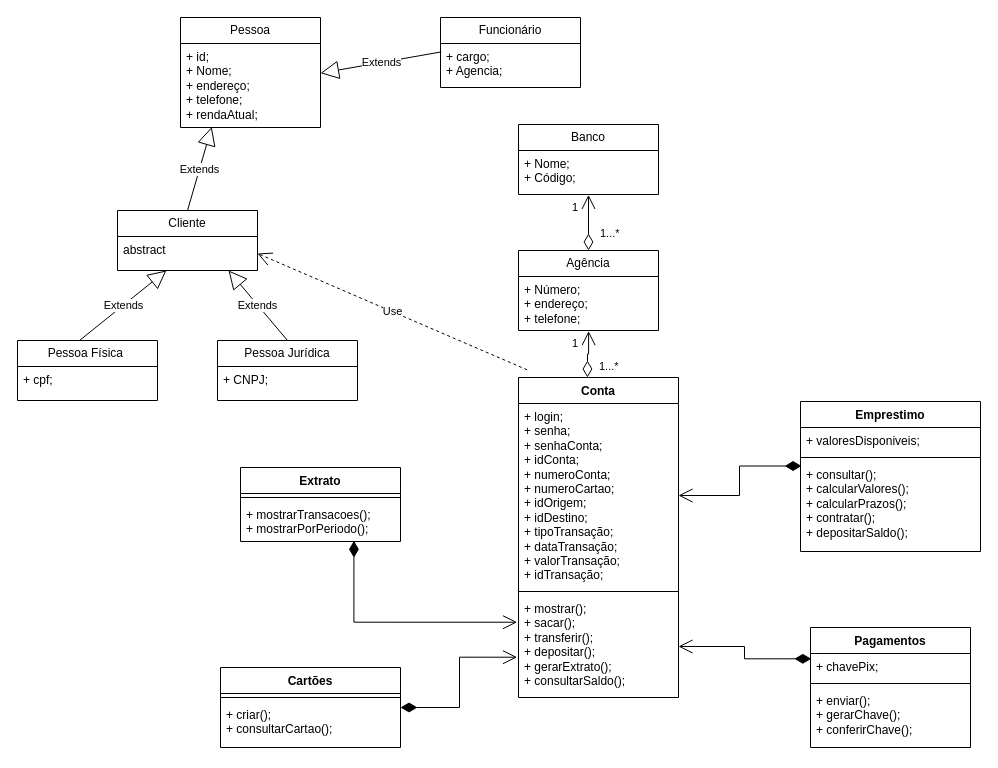
This is Scape-Bank-2.drawio from arianamesquita/scape-bank-2.0, a draw.io file, before an edit. Source tidied: cells renumbered, new cells numbered last; positions are measured from the earlier drawing's top-left corner, leaving out a move shared by most shapes. Both pictures are drawn from the tidied source at 100%, with x=0, y=0 at pixel (17, 17).
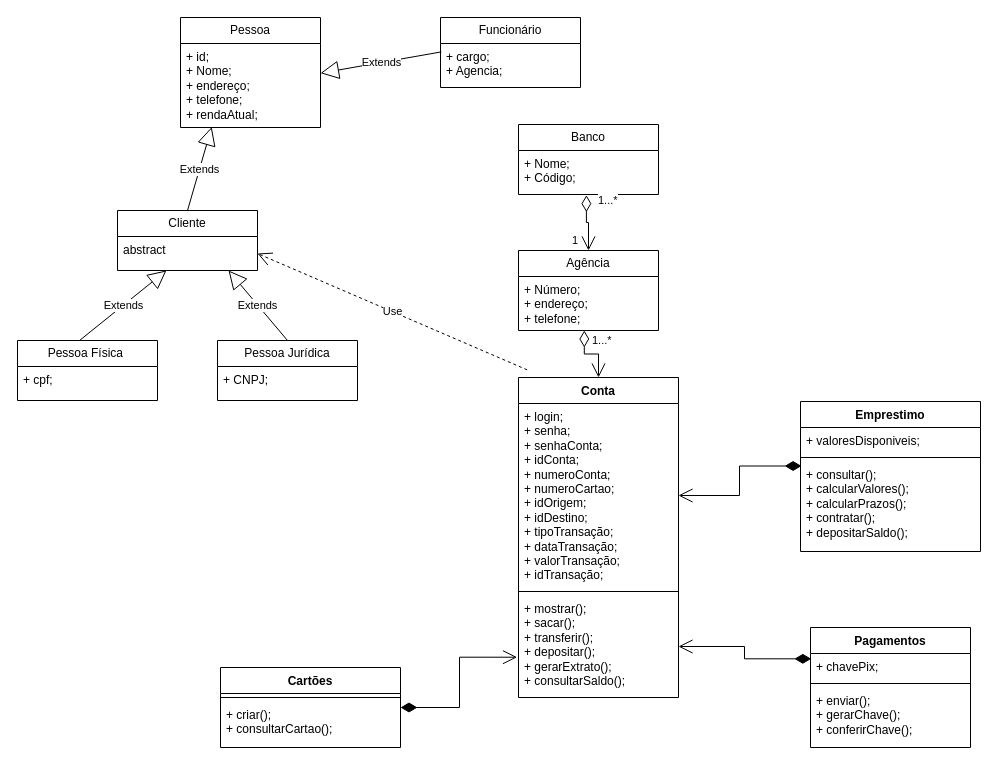
The same diagram, later.

The change refers to these unchanged cells:
```xml
<mxCell id="13" value="+ Nome;&lt;br&gt;+ Código;" style="text;strokeColor=none;fillColor=none;align=left;verticalAlign=top;spacingLeft=4;spacingRight=4;overflow=hidden;points=[[0,0.5],[1,0.5]];portConstraint=eastwest;whiteSpace=wrap;html=1;" parent="12" vertex="1">
  <mxGeometry y="26" width="140" height="44" as="geometry" />
</mxCell>
<mxCell id="14" value="Agência" style="swimlane;fontStyle=0;horizontal=1;startSize=26;fillColor=none;whiteSpace=wrap;html=1;" parent="1" vertex="1">
  <mxGeometry x="501" y="233" width="140" height="80" as="geometry" />
</mxCell>
<mxCell id="15" value="+ Número;&lt;br&gt;+ endereço;&lt;br&gt;+ telefone;" style="text;strokeColor=none;fillColor=none;align=left;verticalAlign=top;spacingLeft=4;spacingRight=4;overflow=hidden;points=[[0,0.5],[1,0.5]];portConstraint=eastwest;whiteSpace=wrap;html=1;" parent="14" vertex="1">
  <mxGeometry y="26" width="140" height="54" as="geometry" />
</mxCell>
<mxCell id="37" value="Conta" style="swimlane;fontStyle=1;align=center;verticalAlign=top;horizontal=1;startSize=26;whiteSpace=wrap;html=1;" parent="1" vertex="1">
  <mxGeometry x="501" y="360" width="160" height="320" as="geometry" />
</mxCell>
<mxCell id="40" value="+ mostrar();&lt;br&gt;+ sacar();&lt;br&gt;+ transferir();&lt;br&gt;+ depositar();&lt;br&gt;+ gerarExtrato();&lt;br&gt;+ consultarSaldo();" style="text;strokeColor=none;fillColor=none;align=left;verticalAlign=top;spacingLeft=4;spacingRight=4;overflow=hidden;points=[[0,0.5],[1,0.5]];portConstraint=eastwest;whiteSpace=wrap;html=1;" parent="37" vertex="1">
  <mxGeometry y="218" width="160" height="102" as="geometry" />
</mxCell>
```

Diff of the diagram source:
```diff
@@
-    <mxCell id="20" style="endArrow=open;html=1;endSize=12;startArrow=diamondThin;startSize=14;startFill=0;edgeStyle=orthogonalEdgeStyle;rounded=0;entryX=0.5;entryY=1.008;entryDx=0;entryDy=0;entryPerimeter=0;" parent="1" edge="1" source="14" target="13">
-      <mxGeometry relative="1" as="geometry" />
-    </mxCell>
-    <mxCell id="21" value="1...*" style="edgeLabel;html=1;align=left;verticalAlign=top;" parent="20" vertex="1">
-      <mxGeometry x="-1" relative="1" as="geometry">
-        <mxPoint x="10" y="-30" as="offset" />
-      </mxGeometry>
-    </mxCell>
-    <mxCell id="22" value="1" style="edgeLabel;html=1;align=right;verticalAlign=top;" parent="20" vertex="1">
-      <mxGeometry x="1" relative="1" as="geometry">
-        <mxPoint x="-10" as="offset" />
-      </mxGeometry>
-    </mxCell>
-    <mxCell id="23" style="endArrow=open;html=1;endSize=12;startArrow=diamondThin;startSize=14;startFill=0;edgeStyle=orthogonalEdgeStyle;rounded=0;exitX=0.431;exitY=0;exitDx=0;exitDy=0;entryX=0.501;entryY=1.011;entryDx=0;entryDy=0;entryPerimeter=0;exitPerimeter=0;" parent="1" edge="1" source="37" target="15">
+    <mxCell id="23" style="endArrow=open;html=1;endSize=12;startArrow=diamondThin;startSize=14;startFill=0;edgeStyle=orthogonalEdgeStyle;rounded=0;entryX=0.5;entryY=0;entryDx=0;entryDy=0;exitX=0.47;exitY=1;exitDx=0;exitDy=0;exitPerimeter=0;" parent="1" edge="1" source="15" target="37">
       <mxGeometry relative="1" as="geometry" />
     </mxCell>
     <mxCell id="24" value="1...*" style="edgeLabel;html=1;align=left;verticalAlign=top;" parent="23" vertex="1">
       <mxGeometry x="-1" relative="1" as="geometry">
-        <mxPoint x="10" y="-24" as="offset" />
+        <mxPoint x="6" y="-3" as="offset" />
       </mxGeometry>
     </mxCell>
@@
-    <mxCell id="26" value="Extrato" style="swimlane;fontStyle=1;align=center;verticalAlign=top;horizontal=1;startSize=26;whiteSpace=wrap;html=1;" parent="1" vertex="1">
-      <mxGeometry x="223" y="450" width="160" height="74" as="geometry" />
-    </mxCell>
-    <mxCell id="27" style="line;strokeWidth=1;fillColor=none;align=left;verticalAlign=middle;spacingTop=-1;spacingLeft=3;spacingRight=3;labelPosition=right;strokeColor=inherit;" parent="26" vertex="1">
-      <mxGeometry y="26" width="160" height="8" as="geometry" />
-    </mxCell>
-    <mxCell id="28" value="+ mostrarTransacoes();&lt;br&gt;+ mostrarPorPeriodo();" style="text;strokeColor=none;fillColor=none;align=left;verticalAlign=top;spacingLeft=4;spacingRight=4;overflow=hidden;points=[[0,0.5],[1,0.5]];portConstraint=eastwest;whiteSpace=wrap;html=1;" parent="26" vertex="1">
-      <mxGeometry y="34" width="160" height="40" as="geometry" />
-    </mxCell>
@@
-    <mxCell id="44" style="endArrow=open;html=1;endSize=12;startArrow=diamondThin;startSize=14;startFill=1;edgeStyle=orthogonalEdgeStyle;align=left;verticalAlign=bottom;rounded=0;exitX=0.709;exitY=0.983;exitDx=0;exitDy=0;entryX=-0.009;entryY=0.262;entryDx=0;entryDy=0;entryPerimeter=0;exitPerimeter=0;" parent="1" edge="1" source="28" target="40">
-      <mxGeometry x="-1" y="3" relative="1" as="geometry" />
-    </mxCell>
@@
+    <mxCell id="20" style="endArrow=open;html=1;endSize=12;startArrow=diamondThin;startSize=14;startFill=0;edgeStyle=orthogonalEdgeStyle;rounded=0;entryX=0.5;entryY=0;entryDx=0;entryDy=0;exitX=0.485;exitY=1.015;exitDx=0;exitDy=0;exitPerimeter=0;" parent="1" edge="1" source="13" target="14">
+      <mxGeometry relative="1" as="geometry" />
+    </mxCell>
+    <mxCell id="21" value="1...*" style="edgeLabel;html=1;align=left;verticalAlign=top;" parent="20" vertex="1">
+      <mxGeometry x="-1" relative="1" as="geometry">
+        <mxPoint x="10" y="-8" as="offset" />
+      </mxGeometry>
+    </mxCell>
+    <mxCell id="22" value="1" style="edgeLabel;html=1;align=right;verticalAlign=top;" parent="20" vertex="1">
+      <mxGeometry x="1" relative="1" as="geometry">
+        <mxPoint x="-10" y="-23" as="offset" />
+      </mxGeometry>
+    </mxCell>
```
